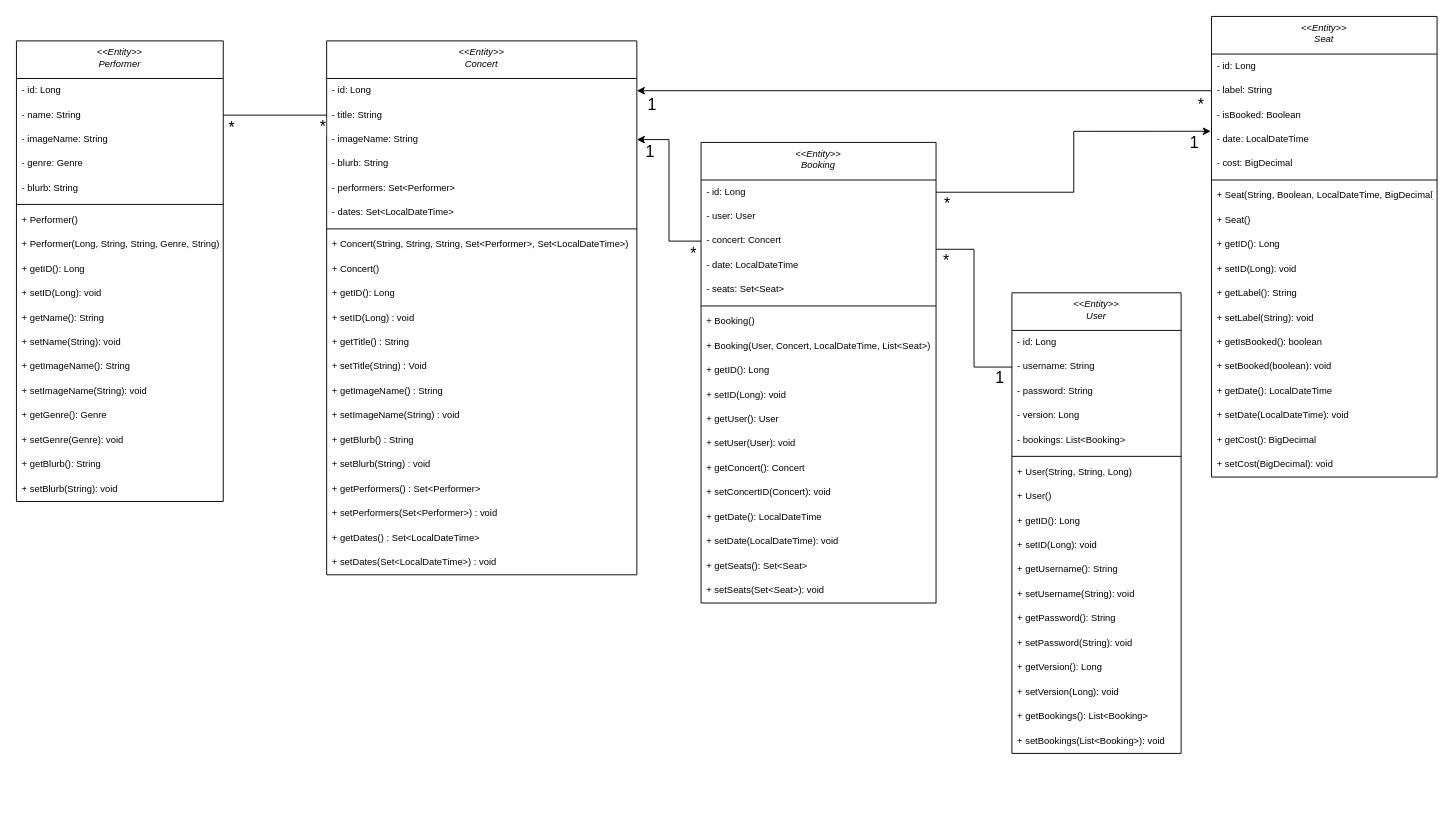
Earlier version of the draw.io diagram Concert Project Class Diagram.drawio (jsokhon/CS331-Team-Project). Source tidied: cells renumbered, new cells numbered last; positions are measured from the earlier drawing's top-left corner, leaving out a move shared by most shapes. Both pictures are drawn from the tidied source at 94%, with x=0, y=0 at pixel (16, 16).
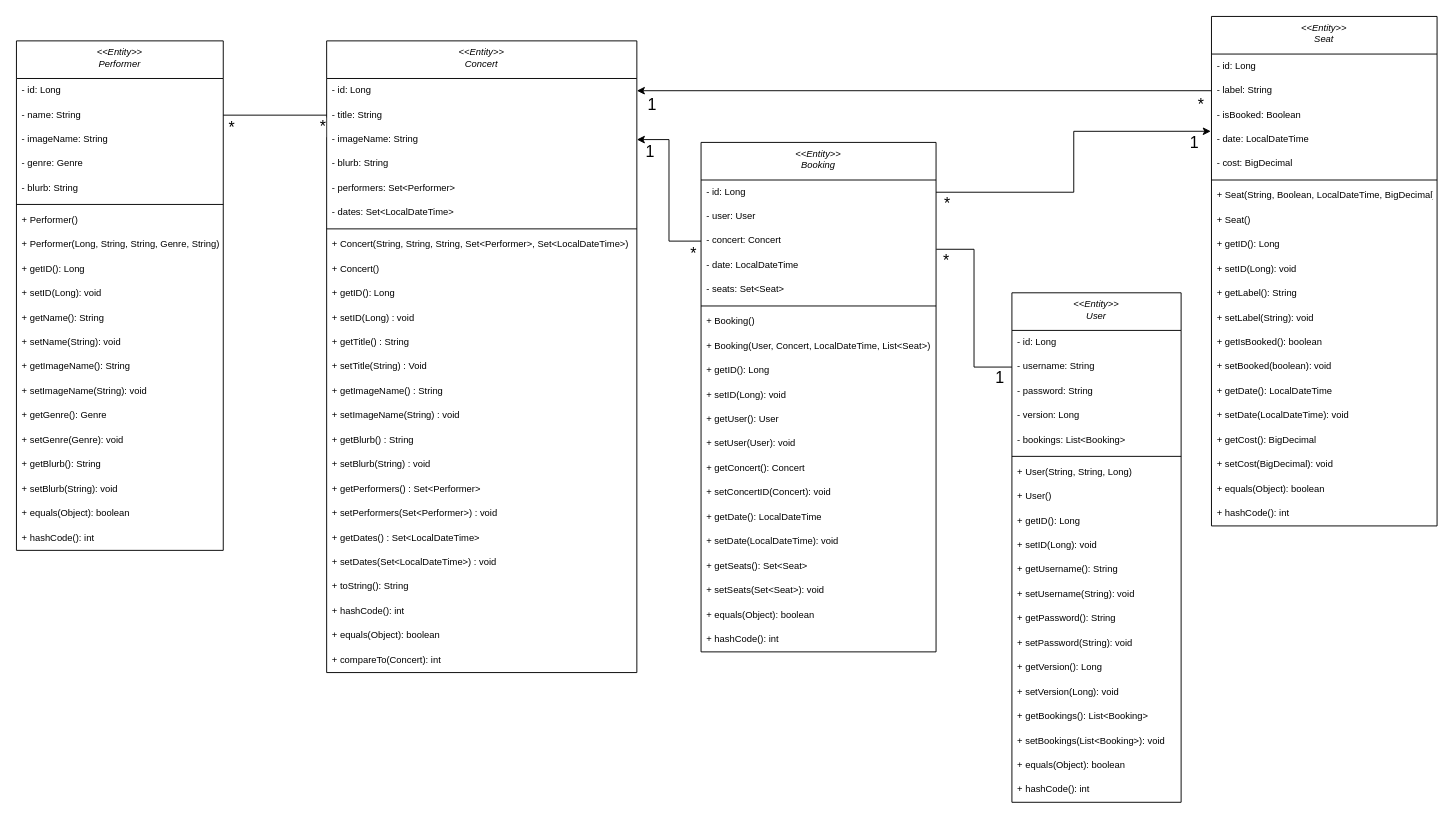
Above is the later version.

Change to the diagram source:
```diff
@@
     <mxCell id="2" value="&lt;&lt;Entity&gt;&gt;&#10;Concert" style="swimlane;fontStyle=2;align=center;verticalAlign=top;horizontal=1;startSize=40;rounded=0;shadow=0;strokeWidth=1;fontSize=10;" parent="1" vertex="1">
-      <mxGeometry x="330" y="26" width="330" height="568" as="geometry" />
+      <mxGeometry x="330" y="26" width="330" height="672" as="geometry" />
     </mxCell>
@@
+    <mxCell id="115" value="+ toString(): String" style="text;align=left;verticalAlign=top;spacingLeft=4;spacingRight=4;overflow=hidden;rounded=0;shadow=0;html=0;fontSize=10;" parent="2" vertex="1">
+      <mxGeometry y="568" width="330" height="26" as="geometry" />
+    </mxCell>
+    <mxCell id="116" value="+ hashCode(): int" style="text;align=left;verticalAlign=top;spacingLeft=4;spacingRight=4;overflow=hidden;rounded=0;shadow=0;html=0;fontSize=10;" parent="2" vertex="1">
+      <mxGeometry y="594" width="330" height="26" as="geometry" />
+    </mxCell>
+    <mxCell id="117" value="+ equals(Object): boolean   " style="text;align=left;verticalAlign=top;spacingLeft=4;spacingRight=4;overflow=hidden;rounded=0;shadow=0;html=0;fontSize=10;" parent="2" vertex="1">
+      <mxGeometry y="620" width="330" height="26" as="geometry" />
+    </mxCell>
+    <mxCell id="118" value="+ compareTo(Concert): int" style="text;align=left;verticalAlign=top;spacingLeft=4;spacingRight=4;overflow=hidden;rounded=0;shadow=0;html=0;fontSize=10;" parent="2" vertex="1">
+      <mxGeometry y="646" width="330" height="26" as="geometry" />
+    </mxCell>
     <mxCell id="24" value="&lt;&lt;Entity&gt;&gt;&#10;Booking" style="swimlane;fontStyle=2;align=center;verticalAlign=top;horizontal=1;startSize=40;rounded=0;shadow=0;strokeWidth=1;fontSize=10;" parent="1" vertex="1">
-      <mxGeometry x="728.3" y="134" width="250" height="490" as="geometry" />
+      <mxGeometry x="728.3" y="134" width="250" height="542" as="geometry" />
     </mxCell>
@@
+    <mxCell id="119" value="+ equals(Object): boolean   " style="text;align=left;verticalAlign=top;spacingLeft=4;spacingRight=4;overflow=hidden;rounded=0;shadow=0;html=0;fontSize=10;" parent="24" vertex="1">
+      <mxGeometry y="490" width="250" height="26" as="geometry" />
+    </mxCell>
+    <mxCell id="120" value="+ hashCode(): int" style="text;align=left;verticalAlign=top;spacingLeft=4;spacingRight=4;overflow=hidden;rounded=0;shadow=0;html=0;fontSize=10;" parent="24" vertex="1">
+      <mxGeometry y="516" width="250" height="26" as="geometry" />
+    </mxCell>
     <mxCell id="43" value="&lt;&lt;Entity&gt;&gt;&#10;Performer" style="swimlane;fontStyle=2;align=center;verticalAlign=top;horizontal=1;startSize=40;rounded=0;shadow=0;strokeWidth=1;fontSize=10;" parent="1" vertex="1">
-      <mxGeometry y="26" width="220" height="490" as="geometry" />
+      <mxGeometry y="26" width="220" height="542" as="geometry" />
     </mxCell>
@@
+    <mxCell id="121" value="+ equals(Object): boolean   " style="text;align=left;verticalAlign=top;spacingLeft=4;spacingRight=4;overflow=hidden;rounded=0;shadow=0;html=0;fontSize=10;" parent="43" vertex="1">
+      <mxGeometry y="490" width="220" height="26" as="geometry" />
+    </mxCell>
+    <mxCell id="122" value="+ hashCode(): int" style="text;align=left;verticalAlign=top;spacingLeft=4;spacingRight=4;overflow=hidden;rounded=0;shadow=0;html=0;fontSize=10;" parent="43" vertex="1">
+      <mxGeometry y="516" width="220" height="26" as="geometry" />
+    </mxCell>
     <mxCell id="62" value="&lt;&lt;Entity&gt;&gt;&#10;Seat" style="swimlane;fontStyle=2;align=center;verticalAlign=top;horizontal=1;startSize=40;rounded=0;shadow=0;strokeWidth=1;fontSize=10;" parent="1" vertex="1">
-      <mxGeometry x="1271.3" width="240" height="490" as="geometry" />
+      <mxGeometry x="1271.3" width="240" height="542" as="geometry" />
     </mxCell>
@@
+    <mxCell id="123" value="+ equals(Object): boolean   " style="text;align=left;verticalAlign=top;spacingLeft=4;spacingRight=4;overflow=hidden;rounded=0;shadow=0;html=0;fontSize=10;" parent="62" vertex="1">
+      <mxGeometry y="490" width="240" height="26" as="geometry" />
+    </mxCell>
+    <mxCell id="124" value="+ hashCode(): int" style="text;align=left;verticalAlign=top;spacingLeft=4;spacingRight=4;overflow=hidden;rounded=0;shadow=0;html=0;fontSize=10;" parent="62" vertex="1">
+      <mxGeometry y="516" width="240" height="26" as="geometry" />
+    </mxCell>
     <mxCell id="81" value="&lt;&lt;Entity&gt;&gt;&#10;User" style="swimlane;fontStyle=2;align=center;verticalAlign=top;horizontal=1;startSize=40;rounded=0;shadow=0;strokeWidth=1;fontSize=10;" parent="1" vertex="1">
-      <mxGeometry x="1059" y="294" width="180" height="490" as="geometry" />
+      <mxGeometry x="1059" y="294" width="180" height="542" as="geometry" />
     </mxCell>
@@
+    <mxCell id="125" value="+ equals(Object): boolean   " style="text;align=left;verticalAlign=top;spacingLeft=4;spacingRight=4;overflow=hidden;rounded=0;shadow=0;html=0;fontSize=10;" parent="81" vertex="1">
+      <mxGeometry y="490" width="180" height="26" as="geometry" />
+    </mxCell>
+    <mxCell id="126" value="+ hashCode(): int" style="text;align=left;verticalAlign=top;spacingLeft=4;spacingRight=4;overflow=hidden;rounded=0;shadow=0;html=0;fontSize=10;" parent="81" vertex="1">
+      <mxGeometry y="516" width="180" height="26" as="geometry" />
+    </mxCell>
```
